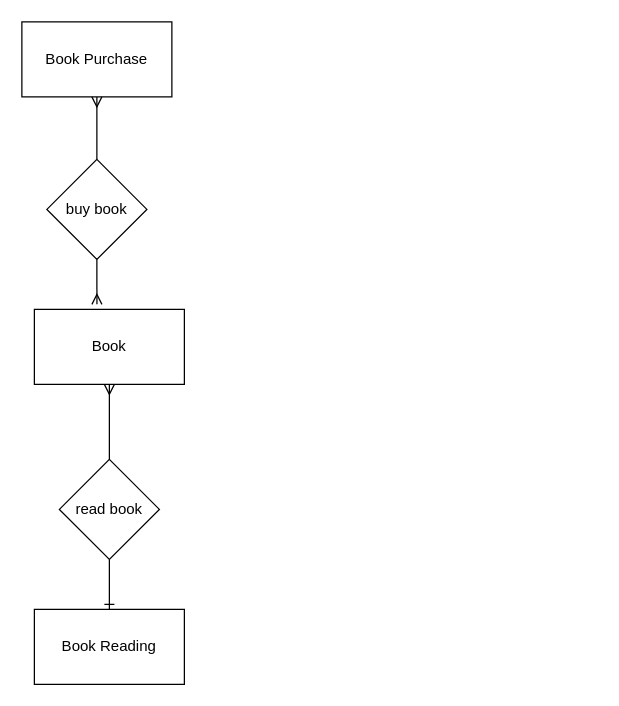
The draw.io diagram page "Purpose" (1 of 2) of Gerlinde/diagrams.drawio in peru3232/Database-development--Day1, before the edit. Source tidied: cells renumbered, new cells numbered last; positions are measured from the earlier drawing's top-left corner, leaving out a move shared by most shapes. Both pictures are drawn from the tidied source at 125%, with x=0, y=0 at pixel (21, 21).
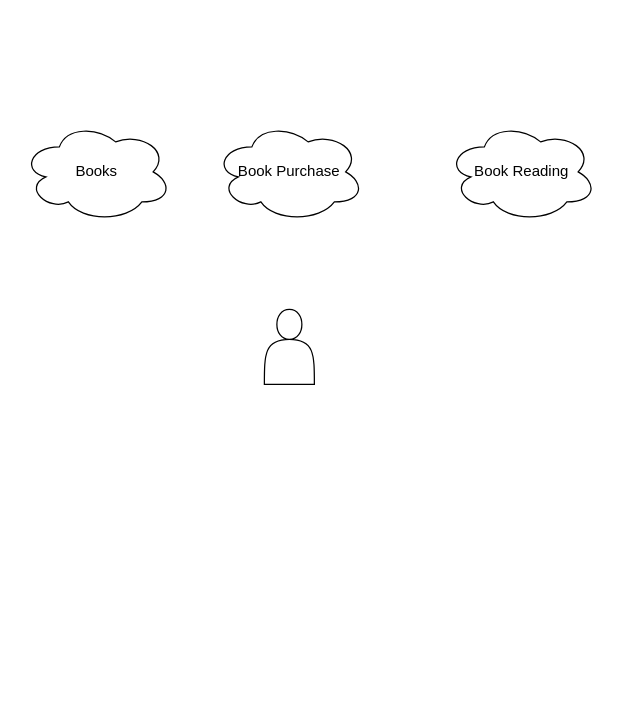
After the change.

Commit message:
Book chart änderung

Change to the diagram source:
```diff
@@
 <mxGraphModel>
   <root>
     <mxCell id="0" />
     <mxCell id="1" parent="0" />
-    <mxCell id="2" style="edgeStyle=none;html=1;exitX=0.5;exitY=1;exitDx=0;exitDy=0;entryX=0.5;entryY=0;entryDx=0;entryDy=0;endArrow=none;endFill=0;startArrow=ERmany;startFill=0;" parent="1" edge="1" source="3" target="10">
-      <mxGeometry relative="1" as="geometry" />
-    </mxCell>
-    <mxCell id="3" value="Book" style="whiteSpace=wrap;html=1;" parent="1" vertex="1">
-      <mxGeometry x="10" y="230" width="120" height="60" as="geometry" />
-    </mxCell>
-    <mxCell id="4" style="html=1;entryX=0.417;entryY=-0.067;entryDx=0;entryDy=0;entryPerimeter=0;endArrow=ERmany;endFill=0;exitX=0.5;exitY=1;exitDx=0;exitDy=0;" parent="1" edge="1" source="8" target="3">
-      <mxGeometry relative="1" as="geometry" />
-    </mxCell>
+    <mxCell id="11" style="shape=actor;whiteSpace=wrap;html=1;" parent="1" vertex="1">
+      <mxGeometry x="194" y="230" width="40" height="60" as="geometry" />
+    </mxCell>
+    <mxCell id="12" value="Books" style="ellipse;shape=cloud;whiteSpace=wrap;html=1;" parent="1" vertex="1">
+      <mxGeometry y="80" width="120" height="80" as="geometry" />
+    </mxCell>
-    <mxCell id="5" value="Book Purchase" style="whiteSpace=wrap;html=1;" parent="1" vertex="1">
-      <mxGeometry width="120" height="60" as="geometry" />
+    <mxCell id="5" value="Book Purchase" style="ellipse;shape=cloud;whiteSpace=wrap;html=1;" parent="1" vertex="1">
+      <mxGeometry x="154" y="80" width="120" height="80" as="geometry" />
     </mxCell>
-    <mxCell id="6" value="Book Reading" style="whiteSpace=wrap;html=1;" parent="1" vertex="1">
-      <mxGeometry x="10" y="470" width="120" height="60" as="geometry" />
+    <mxCell id="6" value="Book Reading" style="ellipse;shape=cloud;whiteSpace=wrap;html=1;" parent="1" vertex="1">
+      <mxGeometry x="340" y="80" width="120" height="80" as="geometry" />
     </mxCell>
-    <mxCell id="7" style="edgeStyle=none;html=1;exitX=0.5;exitY=0;exitDx=0;exitDy=0;entryX=0.5;entryY=1;entryDx=0;entryDy=0;endArrow=ERmany;endFill=0;" parent="1" edge="1" source="8" target="5">
-      <mxGeometry relative="1" as="geometry" />
-    </mxCell>
-    <mxCell id="8" value="buy book" style="rhombus;whiteSpace=wrap;html=1;" parent="1" vertex="1">
-      <mxGeometry x="20" y="110" width="80" height="80" as="geometry" />
-    </mxCell>
-    <mxCell id="9" style="edgeStyle=none;html=1;exitX=0.5;exitY=1;exitDx=0;exitDy=0;entryX=0.5;entryY=0;entryDx=0;entryDy=0;startArrow=none;startFill=0;endArrow=ERone;endFill=0;" parent="1" edge="1" source="10" target="6">
-      <mxGeometry relative="1" as="geometry" />
-    </mxCell>
-    <mxCell id="10" value="read book" style="rhombus;whiteSpace=wrap;html=1;" parent="1" vertex="1">
-      <mxGeometry x="30" y="350" width="80" height="80" as="geometry" />
-    </mxCell>
   </root>
 </mxGraphModel>
```
